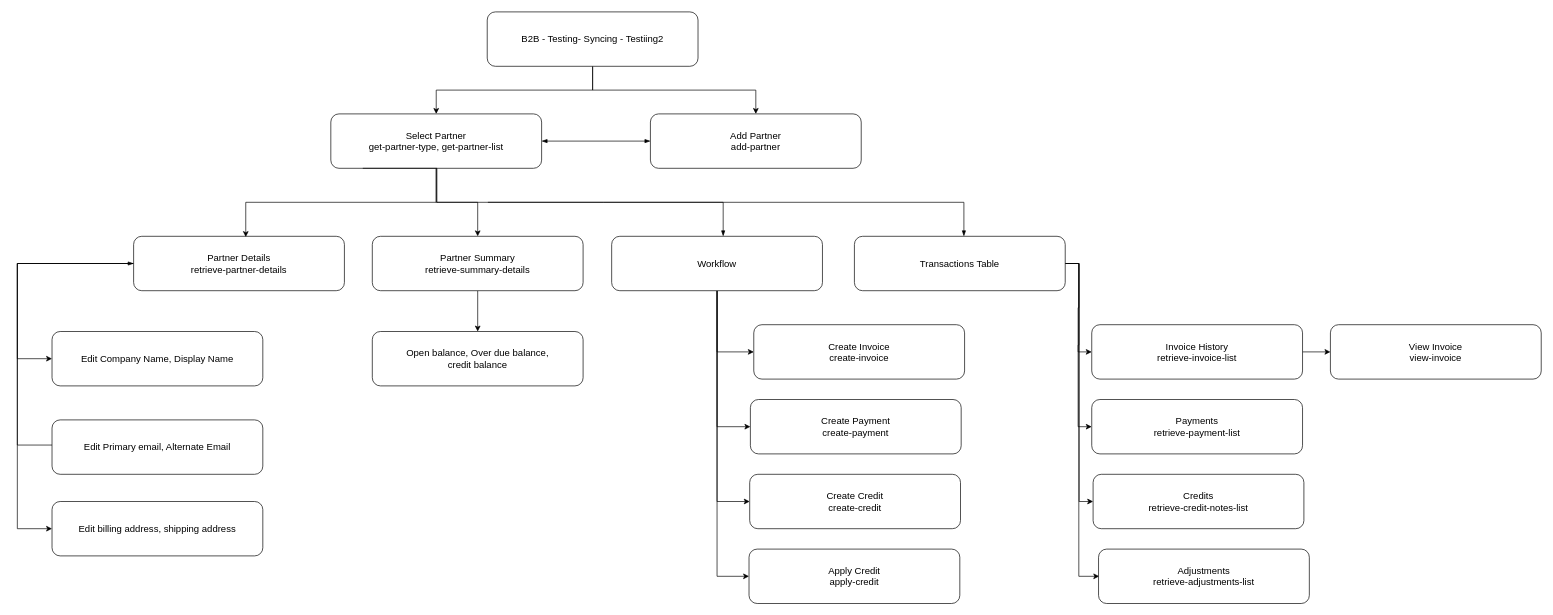
This is github-test.drawio from msgtobala/draw-io, a draw.io file, before an edit. Source tidied: cells renumbered, new cells numbered last; positions are measured from the earlier drawing's top-left corner, leaving out a move shared by most shapes. Both pictures are drawn from the tidied source at 68%, with x=0, y=0 at pixel (17, 12).
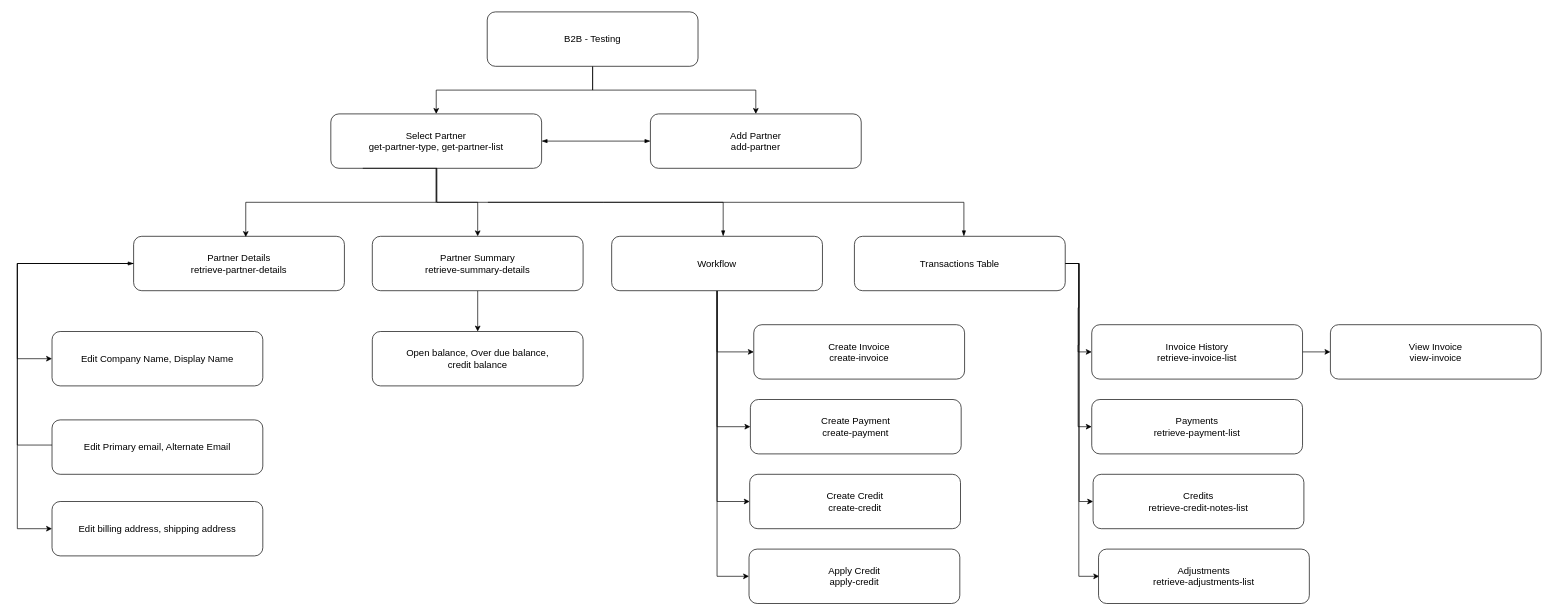
Above is the later version.

Change to the diagram source:
```diff
@@
-    <mxCell id="4" value="&lt;font style=&quot;font-size: 14px;&quot;&gt;B2B - Testing- Syncing - Testiing2&lt;/font&gt;" style="rounded=1;whiteSpace=wrap;html=1;" parent="1" vertex="1">
+    <mxCell id="4" value="&lt;font style=&quot;font-size: 14px;&quot;&gt;B2B - Testing&lt;/font&gt;" style="rounded=1;whiteSpace=wrap;html=1;" parent="1" vertex="1">
       <mxGeometry x="691" width="310" height="80" as="geometry" />
     </mxCell>
```
